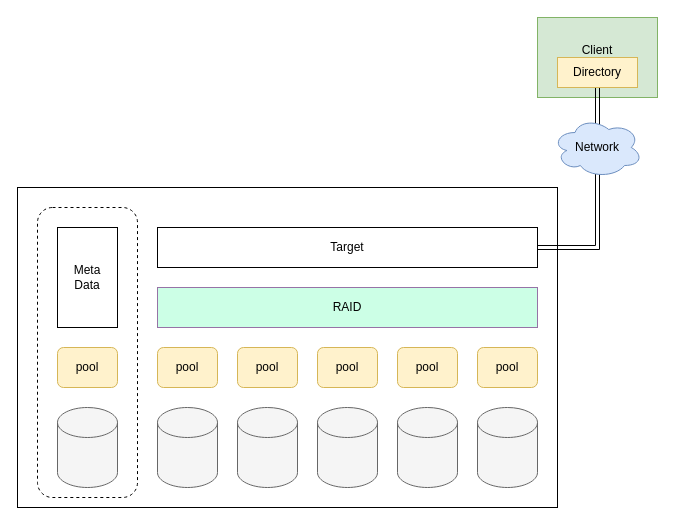
Earlier version of the draw.io diagram page "인라인 네트워크 레이드 아키텍처" (1 of 2) of 제목 없는 다이어그램.drawio (weed700/study_repo). Source tidied: cells renumbered, new cells numbered last; positions are measured from the earlier drawing's top-left corner, leaving out a move shared by most shapes. Both pictures are drawn from the tidied source at 100%, with x=0, y=0 at pixel (17, 17).
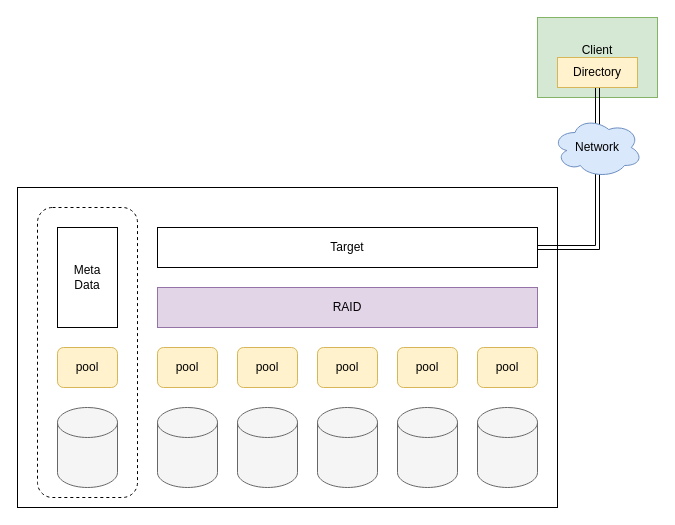
The same page after the edit.

Commit message:
대용량과제.drawio 업데이트

The edit, as a diff of the source:
```diff
@@
-    <mxCell id="16" value="RAID" style="rounded=0;whiteSpace=wrap;html=1;fillColor=#CCFFE6;strokeColor=#9673a6;" parent="1" vertex="1">
+    <mxCell id="16" value="RAID" style="rounded=0;whiteSpace=wrap;html=1;fillColor=#e1d5e7;strokeColor=#9673a6;" parent="1" vertex="1">
       <mxGeometry x="140" y="270" width="380" height="40" as="geometry" />
     </mxCell>
```
